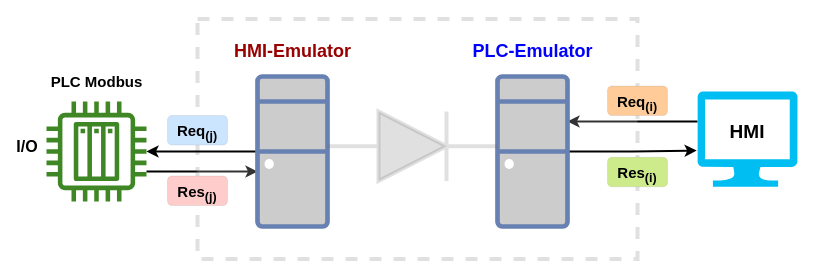
This is DataDiode/Diagrams/DataDiode.drawio from over-infinity/-Tutorials, a draw.io file, before an edit. Source tidied: cells renumbered, new cells numbered last; positions are measured from the earlier drawing's top-left corner, leaving out a move shared by most shapes. Both pictures are drawn from the tidied source at 100%, with x=0, y=0 at pixel (17, 19).
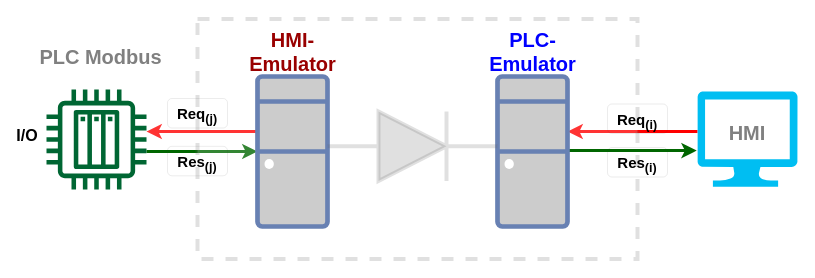
Above is the later version.

Unchanged cells that the change refers to:
```xml
<mxCell id="7" style="verticalLabelPosition=bottom;html=1;verticalAlign=top;align=center;strokeColor=none;fillColor=#00BEF2;shape=mxgraph.azure.computer;strokeWidth=5;fontSize=15;" parent="1" vertex="1">
  <mxGeometry x="680" y="72" width="100" height="95.2" as="geometry" />
</mxCell>
<mxCell id="11" style="fontColor=#0066CC;verticalAlign=top;verticalLabelPosition=bottom;labelPosition=center;align=center;html=1;outlineConnect=0;fillColor=#CCCCCC;strokeColor=#6881B3;gradientColor=none;gradientDirection=north;strokeWidth=2;shape=mxgraph.networks.desktop_pc;fontSize=15;" parent="1" vertex="1">
  <mxGeometry x="240" y="57" width="70" height="150" as="geometry" />
</mxCell>
<mxCell id="13" style="fontColor=#0066CC;verticalAlign=top;verticalLabelPosition=bottom;labelPosition=center;align=center;html=1;outlineConnect=0;fillColor=#CCCCCC;strokeColor=#6881B3;gradientColor=none;gradientDirection=north;strokeWidth=2;shape=mxgraph.networks.desktop_pc;fontSize=15;" parent="1" vertex="1">
  <mxGeometry x="480" y="57" width="70" height="150" as="geometry" />
</mxCell>
```

Change to the diagram source:
```diff
@@
-    <mxCell id="2" style="edgeStyle=orthogonalEdgeStyle;rounded=0;jettySize=auto;html=1;strokeWidth=2;fontSize=18;fontColor=#0000FF;" parent="1" edge="1" source="3" target="11">
+    <mxCell id="2" style="edgeStyle=orthogonalEdgeStyle;rounded=0;jettySize=auto;html=1;strokeWidth=3;fontSize=18;fontColor=#0000FF;strokeColor=#006600;" parent="1" edge="1" source="3" target="11">
       <mxGeometry relative="1" as="geometry">
         <Array as="points">
-          <mxPoint x="180" y="152" />
-          <mxPoint x="180" y="152" />
+          <mxPoint x="170" y="132" />
+          <mxPoint x="170" y="132" />
         </Array>
       </mxGeometry>
     </mxCell>
-    <mxCell id="3" style="sketch=0;outlineConnect=0;fontColor=#232F3E;gradientColor=none;fillColor=#3F8624;strokeColor=none;dashed=0;verticalLabelPosition=bottom;verticalAlign=top;align=center;html=1;fontSize=12;fontStyle=0;shape=mxgraph.aws4.iot_thing_plc;" parent="1" vertex="1">
-      <mxGeometry x="29" y="82" width="100" height="100" as="geometry" />
+    <mxCell id="3" style="sketch=0;outlineConnect=0;fillColor=#006633;strokeColor=#36393d;dashed=0;verticalLabelPosition=bottom;verticalAlign=top;align=center;html=1;fontSize=12;fontStyle=0;shape=mxgraph.aws4.iot_thing_plc;" parent="1" vertex="1">
+      <mxGeometry x="29" y="70" width="100" height="100" as="geometry" />
     </mxCell>
-    <mxCell id="4" value="&lt;div style=&quot;font-size: 15px;&quot;&gt;PLC Modbus&lt;/div&gt;" style="text;html=1;align=center;verticalAlign=middle;whiteSpace=wrap;rounded=0;strokeWidth=5;perimeterSpacing=3;fontSize=15;fontStyle=1;" parent="1" vertex="1">
-      <mxGeometry x="23.5" y="42" width="111" height="40" as="geometry" />
+    <mxCell id="4" value="&lt;div style=&quot;font-size: 20px;&quot;&gt;PLC Modbus&lt;/div&gt;" style="text;html=1;align=center;verticalAlign=middle;whiteSpace=wrap;rounded=0;strokeWidth=5;perimeterSpacing=3;fontSize=20;fontStyle=1;fontColor=#808080;" parent="1" vertex="1">
+      <mxGeometry x="20" y="17" width="126.5" height="40" as="geometry" />
     </mxCell>
     <mxCell id="5" value="I/O" style="text;html=1;align=center;verticalAlign=middle;whiteSpace=wrap;rounded=0;strokeWidth=5;perimeterSpacing=3;fontSize=16;fontStyle=1;" parent="1" vertex="1">
-      <mxGeometry y="107.2" width="20" height="39" as="geometry" />
+      <mxGeometry y="96" width="20" height="39" as="geometry" />
     </mxCell>
-    <mxCell id="6" style="edgeStyle=orthogonalEdgeStyle;rounded=0;jettySize=auto;html=1;strokeWidth=2;fontSize=20;" parent="1" edge="1" source="7" target="13">
+    <mxCell id="6" style="edgeStyle=orthogonalEdgeStyle;rounded=0;jettySize=auto;html=1;strokeWidth=3;fontSize=20;strokeColor=#FF0000;" parent="1" edge="1" source="7" target="13">
       <mxGeometry relative="1" as="geometry">
         <Array as="points">
-          <mxPoint x="620" y="102" />
-          <mxPoint x="620" y="102" />
+          <mxPoint x="620" y="112" />
+          <mxPoint x="620" y="112" />
         </Array>
       </mxGeometry>
     </mxCell>
@@
-    <mxCell id="8" value="&lt;div style=&quot;font-size: 19px;&quot;&gt;HMI&lt;/div&gt;" style="text;html=1;align=center;verticalAlign=middle;whiteSpace=wrap;rounded=0;strokeWidth=2;perimeterSpacing=6;fontSize=19;opacity=20;fontStyle=1;" parent="1" vertex="1">
+    <mxCell id="8" value="&lt;div style=&quot;font-size: 20px;&quot;&gt;HMI&lt;/div&gt;" style="text;html=1;align=center;verticalAlign=middle;whiteSpace=wrap;rounded=0;strokeWidth=2;perimeterSpacing=6;fontSize=20;opacity=20;fontStyle=1;fontColor=#808080;" parent="1" vertex="1">
       <mxGeometry x="710" y="92" width="40" height="41.5" as="geometry" />
     </mxCell>
@@
-    <mxCell id="10" style="edgeStyle=orthogonalEdgeStyle;rounded=0;jettySize=auto;html=1;strokeWidth=2;fontSize=18;fontColor=#0000FF;" parent="1" edge="1" source="11" target="3">
+    <mxCell id="10" style="edgeStyle=orthogonalEdgeStyle;rounded=0;jettySize=auto;html=1;strokeWidth=3;fontSize=18;fontColor=#0000FF;strokeColor=#FF3333;" parent="1" edge="1" source="11" target="3">
       <mxGeometry relative="1" as="geometry">
         <Array as="points">
-          <mxPoint x="200" y="132" />
-          <mxPoint x="200" y="132" />
+          <mxPoint x="190" y="112" />
+          <mxPoint x="190" y="112" />
         </Array>
       </mxGeometry>
     </mxCell>
@@
-    <mxCell id="12" style="edgeStyle=orthogonalEdgeStyle;rounded=0;jettySize=auto;html=1;entryX=-0.008;entryY=0.621;entryDx=0;entryDy=0;entryPerimeter=0;strokeWidth=2;fontSize=18;fontColor=#0000FF;" parent="1" edge="1" source="13" target="7">
-      <mxGeometry relative="1" as="geometry" />
+    <mxCell id="12" style="edgeStyle=orthogonalEdgeStyle;rounded=0;jettySize=auto;html=1;entryX=-0.008;entryY=0.621;entryDx=0;entryDy=0;entryPerimeter=0;strokeWidth=3;fontSize=18;fontColor=#0000FF;strokeColor=#006600;" parent="1" edge="1" source="13" target="7">
+      <mxGeometry relative="1" as="geometry">
+        <Array as="points">
+          <mxPoint x="620" y="132" />
+        </Array>
+      </mxGeometry>
     </mxCell>
@@
-    <mxCell id="15" value="Res&lt;sub&gt;(i)&lt;br&gt;&lt;/sub&gt;" style="text;html=1;align=center;verticalAlign=top;whiteSpace=wrap;rounded=1;strokeWidth=0;perimeterSpacing=1;fontSize=15;fillColor=#cdeb8b;strokeColor=#36393d;fillStyle=auto;sketch=0;shadow=0;glass=0;fontStyle=1;" parent="1" vertex="1">
-      <mxGeometry x="590" y="137.8" width="60" height="29.5" as="geometry" />
+    <mxCell id="15" value="Res&lt;sub&gt;(i)&lt;br&gt;&lt;/sub&gt;" style="text;html=1;align=center;verticalAlign=top;whiteSpace=wrap;rounded=1;strokeWidth=0;perimeterSpacing=1;fontSize=15;fillColor=none;strokeColor=#36393d;fillStyle=auto;sketch=0;shadow=0;glass=0;fontStyle=1;" parent="1" vertex="1">
+      <mxGeometry x="590" y="128" width="60" height="29.5" as="geometry" />
     </mxCell>
@@
-    <mxCell id="17" value="Req&lt;sub&gt;(i)&lt;br&gt;&lt;/sub&gt;" style="text;html=1;align=center;verticalAlign=top;whiteSpace=wrap;rounded=1;strokeWidth=0;perimeterSpacing=1;fontSize=15;fillColor=#ffcc99;strokeColor=#36393d;fillStyle=auto;sketch=0;shadow=0;glass=0;fontStyle=1;" parent="1" vertex="1">
-      <mxGeometry x="590" y="66.5" width="60" height="29.5" as="geometry" />
+    <mxCell id="17" value="Req&lt;sub&gt;(i)&lt;br&gt;&lt;/sub&gt;" style="text;html=1;align=center;verticalAlign=top;whiteSpace=wrap;rounded=1;strokeWidth=0;perimeterSpacing=1;fontSize=15;fillColor=none;strokeColor=#36393d;fillStyle=auto;sketch=0;shadow=0;glass=0;fontStyle=1;" parent="1" vertex="1">
+      <mxGeometry x="590" y="84.5" width="60" height="29.5" as="geometry" />
     </mxCell>
-    <mxCell id="18" value="&lt;div style=&quot;font-size: 18px;&quot;&gt;PLC-Emulator&lt;/div&gt;" style="text;html=1;align=center;verticalAlign=middle;whiteSpace=wrap;rounded=0;strokeWidth=5;perimeterSpacing=3;fontSize=18;fontStyle=1;fontColor=#0000FF;" parent="1" vertex="1">
+    <mxCell id="18" value="&lt;div style=&quot;font-size: 20px;&quot;&gt;PLC-Emulator&lt;/div&gt;" style="text;html=1;align=center;verticalAlign=middle;whiteSpace=wrap;rounded=0;strokeWidth=5;perimeterSpacing=3;fontSize=20;fontStyle=1;fontColor=#0000FF;" parent="1" vertex="1">
       <mxGeometry x="449.8" y="12" width="130.5" height="40" as="geometry" />
     </mxCell>
-    <mxCell id="19" value="&lt;div style=&quot;font-size: 18px;&quot;&gt;HMI-Emulator&lt;/div&gt;" style="text;html=1;align=center;verticalAlign=middle;whiteSpace=wrap;rounded=0;strokeWidth=5;perimeterSpacing=3;fontSize=18;fontStyle=1;fontColor=#990000;" parent="1" vertex="1">
+    <mxCell id="19" value="&lt;div style=&quot;font-size: 20px;&quot;&gt;HMI-Emulator&lt;/div&gt;" style="text;html=1;align=center;verticalAlign=middle;whiteSpace=wrap;rounded=0;strokeWidth=5;perimeterSpacing=3;fontSize=20;fontStyle=1;fontColor=#990000;" parent="1" vertex="1">
       <mxGeometry x="210" y="12" width="130.5" height="40" as="geometry" />
     </mxCell>
-    <mxCell id="20" value="Req&lt;sub&gt;(j)&lt;br&gt;&lt;/sub&gt;" style="text;html=1;align=center;verticalAlign=top;whiteSpace=wrap;rounded=1;strokeWidth=0;perimeterSpacing=1;fontSize=15;fillColor=#cce5ff;strokeColor=#36393d;fillStyle=auto;sketch=0;shadow=0;glass=0;fontStyle=1;" parent="1" vertex="1">
-      <mxGeometry x="150" y="96" width="60" height="29.5" as="geometry" />
+    <mxCell id="20" value="Req&lt;sub&gt;(j)&lt;br&gt;&lt;/sub&gt;" style="text;html=1;align=center;verticalAlign=top;whiteSpace=wrap;rounded=1;strokeWidth=0;perimeterSpacing=1;fontSize=15;fillColor=none;strokeColor=#36393d;fillStyle=auto;sketch=0;shadow=0;glass=0;fontStyle=1;" parent="1" vertex="1">
+      <mxGeometry x="150" y="79" width="60" height="29.5" as="geometry" />
     </mxCell>
-    <mxCell id="21" value="Res&lt;sub&gt;(j)&lt;br&gt;&lt;/sub&gt;" style="text;html=1;align=center;verticalAlign=top;whiteSpace=wrap;rounded=1;strokeWidth=0;perimeterSpacing=1;fontSize=15;fillColor=#ffcccc;strokeColor=#36393d;fillStyle=auto;sketch=0;shadow=0;glass=0;fontStyle=1;" parent="1" vertex="1">
-      <mxGeometry x="150" y="156.5" width="60" height="29.5" as="geometry" />
+    <mxCell id="21" value="Res&lt;sub&gt;(j)&lt;br&gt;&lt;/sub&gt;" style="text;html=1;align=center;verticalAlign=top;whiteSpace=wrap;rounded=1;strokeWidth=0;perimeterSpacing=1;fontSize=15;fillColor=none;strokeColor=#36393d;fillStyle=auto;sketch=0;shadow=0;glass=0;fontStyle=1;" parent="1" vertex="1">
+      <mxGeometry x="150" y="126.8" width="60" height="29.5" as="geometry" />
     </mxCell>
```
